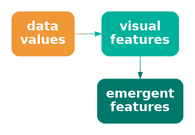
pmur002/hdvw keeps this Graphviz diagram as Diagrams/data-vis-vis.png. Above is the earlier version. Its source is kept beside it as Diagrams/data-vis-vis.dot.
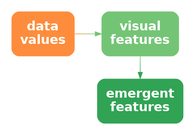
After the commit.

What changed in the source:
```diff
@@ -1,12 +1,12 @@
 digraph {
   graph [ rankdir=LR; margin=.2; nodesep=.5 ];
   node [ fontsize=20; fontname="sans bold"; margin=.2 ];
-  data [ label="data\nvalues"; shape=box; style="filled, rounded"; penwidth=0; fontcolor=white; fillcolor="#F09736" ]
+  data [ label="data\nvalues"; shape=box; style="filled, rounded"; penwidth=0; fontcolor=white; fillcolor="#FD8D3C" ]
   vis [ label="visual\nfeatures"; shape=box;
-     style="filled, rounded"; penwidth=0; fontcolor=white; fillcolor="#00B19B" ]
+     style="filled, rounded"; penwidth=0; fontcolor=white; fillcolor="#74C476" ]
   add [ label="emergent\nfeatures"; shape=box;
-     style="filled, rounded"; penwidth=0; fontcolor=white; fillcolor="#00796A" ]
-  data -> vis [ color="#F09736;0.1:#D59A41;0.1:#BB9D4C;0.1:#A0A058;0.1:#85A363;0.1:#6BA56E;0.1:#50A879;0.1:#35AB85;0.1:#1BAE90;0.1:#00B19B;0.1" ]
-  vis -> add [ color="#00B19B;0.1:#00AB96;0.1:#00A590;0.1:#009E8B;0.1:#009885;0.1:#009280;0.1:#008C7A;0.1:#008575;0.1:#007F6F;0.1:#00796A;0.1" ]
+     style="filled, rounded"; penwidth=0; fontcolor=white; fillcolor="#31A354" ]
+  data -> vis [ color="#FD8D3C;0.1:#EE9342;0.1:#DF9949;0.1:#CF9F4F;0.1:#C0A556;0.1:#B1AC5C;0.1:#A2B263;0.1:#92B869;0.1:#83BE70;0.1:#74C476;0.1" ]
+  vis -> add [ color="#74C476;0.1:#6DC072;0.1:#65BD6E;0.1:#5EB96B;0.1:#56B567;0.1:#4FB263;0.1:#47AE5F;0.1:#40AA5C;0.1:#38A758;0.1:#31A354;0.1" ]
 { rank=same; vis, add }
 }
```
